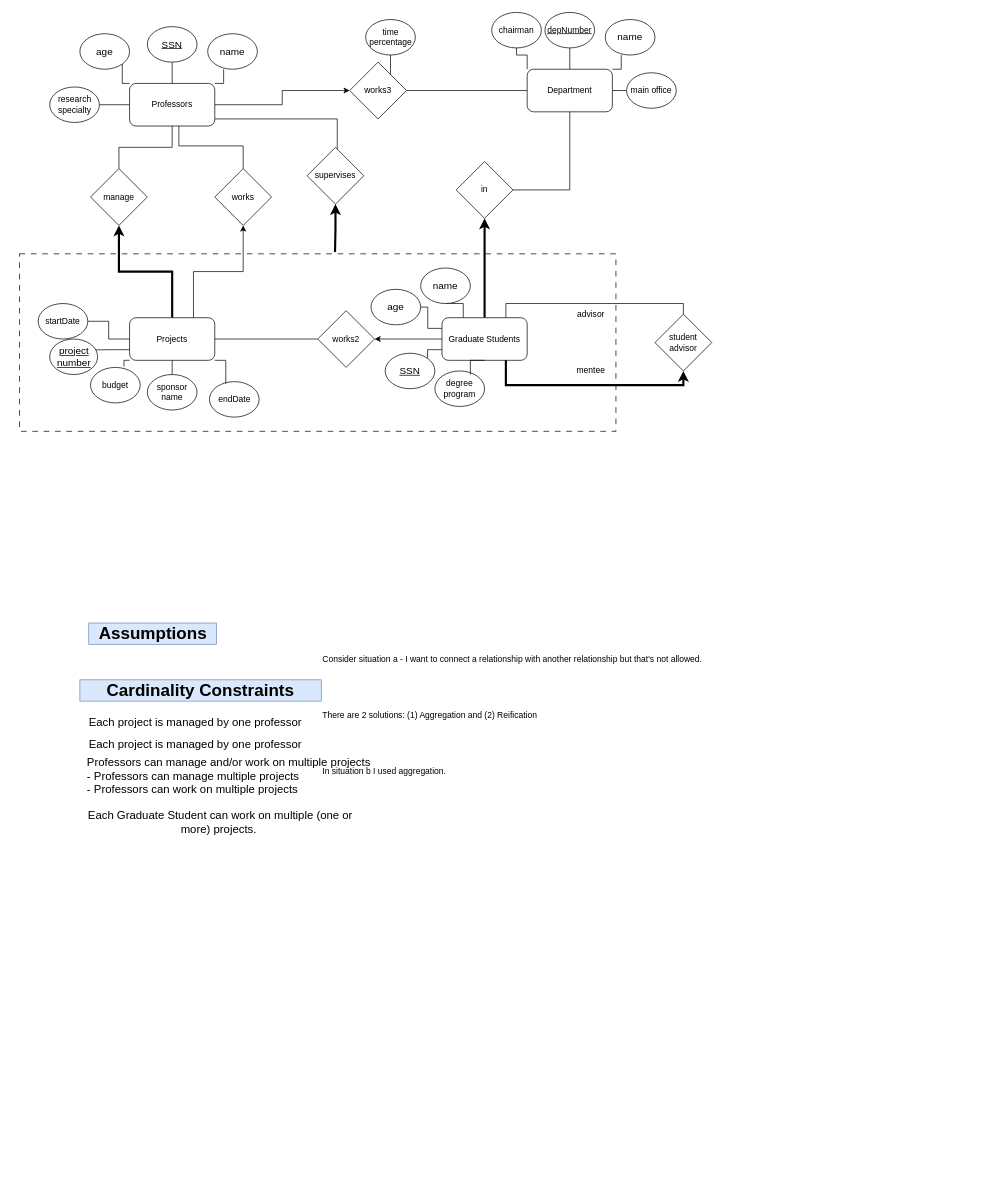
The draw.io diagram hw1/hw.drawio in saraimarte/CS336, before the edit. Source tidied: cells renumbered, new cells numbered last; positions are measured from the earlier drawing's top-left corner, leaving out a move shared by most shapes. Both pictures are drawn from the tidied source at 71%, with x=0, y=0 at pixel (19, 12).
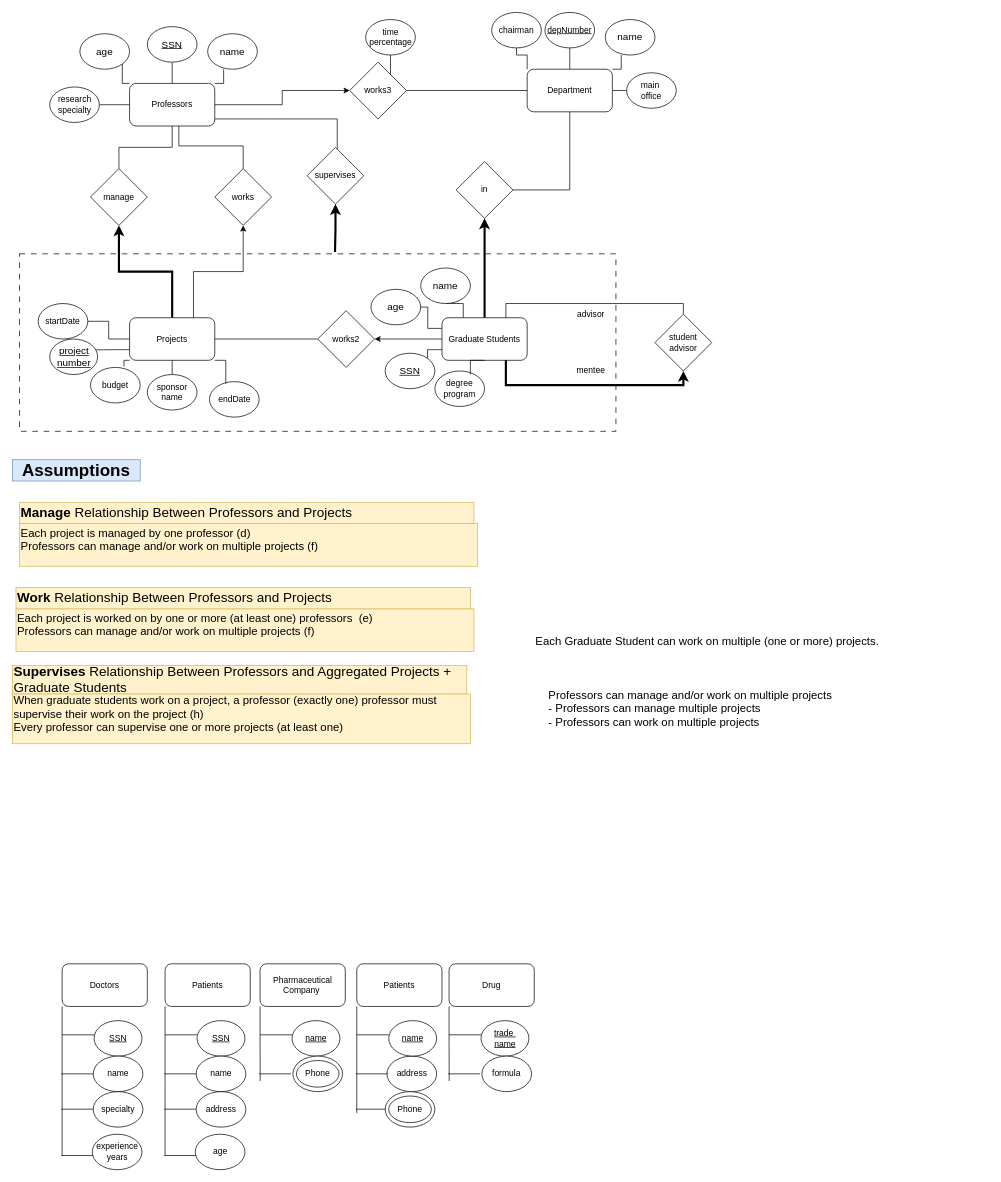
The same page after the edit.

Diff of the diagram source:
```diff
@@
-    <mxCell id="37" value="&lt;font style=&quot;font-size: 16px;&quot;&gt;Each project is managed by one professor&amp;nbsp;&lt;/font&gt;" style="text;strokeColor=none;align=center;fillColor=none;html=1;verticalAlign=middle;whiteSpace=wrap;rounded=0;" parent="1" vertex="1">
-      <mxGeometry x="85" y="985" width="330" height="30" as="geometry" />
+    <mxCell id="37" value="&lt;div&gt;&lt;font style=&quot;font-size: 16px;&quot;&gt;Each project is managed by one professor (d)&lt;/font&gt;&lt;/div&gt;&lt;div&gt;&lt;div&gt;&lt;font style=&quot;font-size: 16px;&quot;&gt;Professors can manage and/or work on multiple projects (f)&amp;nbsp;&lt;/font&gt;&lt;/div&gt;&lt;br&gt;&lt;/div&gt;" style="text;strokeColor=#d6b656;align=left;fillColor=#fff2cc;html=1;verticalAlign=middle;whiteSpace=wrap;rounded=0;" parent="1" vertex="1">
+      <mxGeometry y="720" width="645" height="60" as="geometry" />
     </mxCell>
     <mxCell id="38" value="&lt;h1&gt;&lt;b&gt;Assumptions&lt;/b&gt;&lt;/h1&gt;" style="text;strokeColor=#6c8ebf;align=center;fillColor=#dae8fc;html=1;verticalAlign=middle;whiteSpace=wrap;rounded=0;" parent="1" vertex="1">
-      <mxGeometry x="97.5" y="860" width="180" height="30" as="geometry" />
+      <mxGeometry x="-10" y="630" width="180" height="30" as="geometry" />
     </mxCell>
@@
-    <mxCell id="43" value="&lt;h1&gt;&lt;b&gt;Cardinality Constraints&lt;/b&gt;&lt;/h1&gt;" style="text;strokeColor=#6c8ebf;align=center;fillColor=#dae8fc;html=1;verticalAlign=middle;whiteSpace=wrap;rounded=0;" parent="1" vertex="1">
-      <mxGeometry x="85" y="940" width="340" height="30" as="geometry" />
-    </mxCell>
-    <mxCell id="44" value="&lt;font style=&quot;font-size: 16px;&quot;&gt;Each Graduate Student can work on multiple (one or more) projects.&amp;nbsp;&lt;/font&gt;" style="text;strokeColor=none;align=center;fillColor=none;html=1;verticalAlign=middle;whiteSpace=wrap;rounded=0;" parent="1" vertex="1">
-      <mxGeometry x="77.5" y="1125" width="410" height="30" as="geometry" />
+    <mxCell id="44" value="&lt;div align=&quot;left&quot;&gt;&lt;font style=&quot;font-size: 16px;&quot;&gt;Each Graduate Student can work on multiple (one or more) projects.&amp;nbsp;&lt;/font&gt;&lt;/div&gt;" style="text;strokeColor=none;align=left;fillColor=none;html=1;verticalAlign=middle;whiteSpace=wrap;rounded=0;" parent="1" vertex="1">
+      <mxGeometry x="725" y="870" width="640" height="30" as="geometry" />
     </mxCell>
@@
     <mxCell id="47" value="&lt;div&gt;&lt;font style=&quot;font-size: 16px;&quot;&gt;Professors can manage and/or work on multiple projects&lt;/font&gt;&lt;/div&gt;&lt;div align=&quot;left&quot;&gt;&lt;font style=&quot;font-size: 16px;&quot;&gt;- Professors can manage multiple projects&lt;/font&gt;&lt;/div&gt;&lt;div align=&quot;left&quot;&gt;&lt;font style=&quot;font-size: 16px;&quot;&gt;- Professors can work on multiple projects&amp;nbsp;&lt;/font&gt;&lt;/div&gt;" style="text;strokeColor=none;align=center;fillColor=none;html=1;verticalAlign=middle;whiteSpace=wrap;rounded=0;" parent="1" vertex="1">
-      <mxGeometry x="90" y="1055" width="410" height="40" as="geometry" />
+      <mxGeometry x="740" y="960" width="410" height="40" as="geometry" />
     </mxCell>
@@
-    <mxCell id="49" value="&lt;font style=&quot;font-size: 16px;&quot;&gt;Each project is managed by one professor&amp;nbsp;&lt;/font&gt;" style="text;strokeColor=none;align=center;fillColor=none;html=1;verticalAlign=middle;whiteSpace=wrap;rounded=0;" parent="1" vertex="1">
-      <mxGeometry x="85" y="1015" width="330" height="30" as="geometry" />
-    </mxCell>
@@
-    <mxCell id="52" value="&lt;p&gt;Consider situation a - I want to connect a relationship with another relationship but that's not allowed.&amp;nbsp;&lt;/p&gt;&#10;&lt;p&gt;&lt;/p&gt;&#10;&lt;p&gt;There are 2 solutions: (1) Aggregation and (2) Reification&amp;nbsp;&lt;/p&gt;&#10;&lt;p&gt;&lt;/p&gt;&#10;&lt;p&gt;In situation b I used aggregation.&amp;nbsp;&lt;/p&gt;" style="text;whiteSpace=wrap;html=1;" parent="1" vertex="1">
-      <mxGeometry x="425" y="885" width="560" height="230" as="geometry" />
-    </mxCell>
@@
-    <mxCell id="61" value="main office" style="ellipse;whiteSpace=wrap;html=1;" parent="1" vertex="1">
+    <mxCell id="61" value="&lt;div&gt;main&amp;nbsp;&lt;/div&gt;&lt;div&gt;office&lt;/div&gt;" style="ellipse;whiteSpace=wrap;html=1;" parent="1" vertex="1">
       <mxGeometry x="855" y="85" width="70" height="50" as="geometry" />
     </mxCell>
@@
+    <mxCell id="73" value="&lt;b&gt;Manage&lt;/b&gt; Relationship Between Professors and Projects&amp;nbsp;" style="text;strokeColor=#d6b656;align=left;fillColor=#fff2cc;html=1;verticalAlign=middle;whiteSpace=wrap;rounded=0;fontSize=19;" parent="1" vertex="1">
+      <mxGeometry y="690" width="640" height="30" as="geometry" />
+    </mxCell>
+    <mxCell id="74" value="&lt;div&gt;&lt;font style=&quot;font-size: 16px;&quot;&gt;Each project is worked on by one or more (at least one) professors&amp;nbsp; (e)&lt;/font&gt;&lt;/div&gt;&lt;div&gt;&lt;div&gt;&lt;font style=&quot;font-size: 16px;&quot;&gt;Professors can manage and/or work on multiple projects (f)&lt;/font&gt;&lt;/div&gt;&lt;br&gt;&lt;/div&gt;" style="text;strokeColor=#d6b656;align=left;fillColor=#fff2cc;html=1;verticalAlign=middle;whiteSpace=wrap;rounded=0;" parent="1" vertex="1">
+      <mxGeometry x="-5" y="840" width="645" height="60" as="geometry" />
+    </mxCell>
+    <mxCell id="75" value="&lt;b&gt;Work&lt;/b&gt;&amp;nbsp;Relationship Between Professors and Projects&amp;nbsp;" style="text;strokeColor=#d6b656;align=left;fillColor=#fff2cc;html=1;verticalAlign=middle;whiteSpace=wrap;rounded=0;fontSize=19;" parent="1" vertex="1">
+      <mxGeometry x="-5" y="810" width="640" height="30" as="geometry" />
+    </mxCell>
+    <mxCell id="76" value="&lt;b&gt;Supervises&lt;/b&gt;&amp;nbsp;Relationship Between Professors and Aggregated Projects + Graduate Students&amp;nbsp;" style="text;strokeColor=#d6b656;align=left;fillColor=#fff2cc;html=1;verticalAlign=middle;whiteSpace=wrap;rounded=0;fontSize=19;" parent="1" vertex="1">
+      <mxGeometry x="-10" y="920" width="640" height="40" as="geometry" />
+    </mxCell>
+    <mxCell id="77" value="&lt;div&gt;&lt;font style=&quot;font-size: 16px;&quot;&gt;When graduate students work on a project, a professor (exactly one) professor must supervise their work on the project (h)&amp;nbsp;&amp;nbsp;&lt;/font&gt;&lt;/div&gt;&lt;div&gt;&lt;font style=&quot;font-size: 16px;&quot;&gt;Every professor can supervise one or more projects (at least one)&lt;/font&gt;&lt;/div&gt;&lt;div&gt;&lt;br&gt;&lt;/div&gt;" style="text;strokeColor=#d6b656;align=left;fillColor=#fff2cc;html=1;verticalAlign=middle;whiteSpace=wrap;rounded=0;" parent="1" vertex="1">
+      <mxGeometry x="-10" y="960" width="645" height="70" as="geometry" />
+    </mxCell>
+    <mxCell id="78" style="edgeStyle=orthogonalEdgeStyle;rounded=0;jettySize=auto;html=1;exitX=0;exitY=1;exitDx=0;exitDy=0;endArrow=none;endFill=0;" parent="1" edge="1" source="79">
+      <mxGeometry relative="1" as="geometry">
+        <mxPoint x="60" y="1610" as="targetPoint" />
+      </mxGeometry>
+    </mxCell>
+    <mxCell id="79" value="Doctors" style="rounded=1;whiteSpace=wrap;html=1;" parent="1" vertex="1">
+      <mxGeometry x="60" y="1340" width="120" height="60" as="geometry" />
+    </mxCell>
+    <mxCell id="80" value="specialty" style="ellipse;whiteSpace=wrap;html=1;" parent="1" vertex="1">
+      <mxGeometry x="103.8" y="1520" width="70" height="50" as="geometry" />
+    </mxCell>
+    <mxCell id="81" value="&lt;div&gt;&lt;u&gt;SSN&lt;/u&gt;&lt;/div&gt;" style="ellipse;whiteSpace=wrap;html=1;" parent="1" vertex="1">
+      <mxGeometry x="105" y="1420" width="67.5" height="50" as="geometry" />
+    </mxCell>
+    <mxCell id="82" value="&lt;div&gt;experience&lt;/div&gt;&lt;div&gt;years&lt;/div&gt;" style="ellipse;whiteSpace=wrap;html=1;" parent="1" vertex="1">
+      <mxGeometry x="102.5" y="1580" width="70" height="50" as="geometry" />
+    </mxCell>
+    <mxCell id="83" style="edgeStyle=orthogonalEdgeStyle;rounded=0;orthogonalLoop=1;jettySize=auto;html=1;exitX=0;exitY=0.5;exitDx=0;exitDy=0;endArrow=none;endFill=0;" parent="1" edge="1">
+      <mxGeometry relative="1" as="geometry">
+        <mxPoint x="103.7" y="1495" as="sourcePoint" />
+        <mxPoint x="58.8" y="1495" as="targetPoint" />
+      </mxGeometry>
+    </mxCell>
+    <mxCell id="84" value="name" style="ellipse;whiteSpace=wrap;html=1;" parent="1" vertex="1">
+      <mxGeometry x="103.8" y="1470" width="70" height="50" as="geometry" />
+    </mxCell>
+    <mxCell id="85" value="address" style="ellipse;whiteSpace=wrap;html=1;" parent="1" vertex="1">
+      <mxGeometry x="517.5" y="1470" width="70" height="50" as="geometry" />
+    </mxCell>
+    <mxCell id="86" style="edgeStyle=orthogonalEdgeStyle;rounded=0;orthogonalLoop=1;jettySize=auto;html=1;exitX=0;exitY=0.5;exitDx=0;exitDy=0;endArrow=none;endFill=0;" parent="1" edge="1">
+      <mxGeometry relative="1" as="geometry">
+        <mxPoint x="105" y="1440" as="sourcePoint" />
+        <mxPoint x="60" y="1440" as="targetPoint" />
+      </mxGeometry>
+    </mxCell>
+    <mxCell id="87" style="edgeStyle=orthogonalEdgeStyle;rounded=0;orthogonalLoop=1;jettySize=auto;html=1;exitX=0;exitY=0.5;exitDx=0;exitDy=0;endArrow=none;endFill=0;" parent="1" edge="1">
+      <mxGeometry relative="1" as="geometry">
+        <mxPoint x="103.7" y="1544.7" as="sourcePoint" />
+        <mxPoint x="58.8" y="1544.7" as="targetPoint" />
+      </mxGeometry>
+    </mxCell>
+    <mxCell id="88" style="edgeStyle=orthogonalEdgeStyle;rounded=0;orthogonalLoop=1;jettySize=auto;html=1;exitX=0;exitY=0.5;exitDx=0;exitDy=0;endArrow=none;endFill=0;" parent="1" edge="1">
+      <mxGeometry relative="1" as="geometry">
+        <mxPoint x="103.7" y="1610" as="sourcePoint" />
+        <mxPoint x="58.8" y="1610" as="targetPoint" />
+      </mxGeometry>
+    </mxCell>
+    <mxCell id="89" style="edgeStyle=orthogonalEdgeStyle;rounded=0;jettySize=auto;html=1;exitX=0;exitY=1;exitDx=0;exitDy=0;endArrow=none;endFill=0;" parent="1" edge="1" source="90">
+      <mxGeometry relative="1" as="geometry">
+        <mxPoint x="205" y="1610" as="targetPoint" />
+      </mxGeometry>
+    </mxCell>
+    <mxCell id="90" value="Patients" style="rounded=1;whiteSpace=wrap;html=1;" parent="1" vertex="1">
+      <mxGeometry x="205" y="1340" width="120" height="60" as="geometry" />
+    </mxCell>
+    <mxCell id="91" value="address" style="ellipse;whiteSpace=wrap;html=1;" parent="1" vertex="1">
+      <mxGeometry x="248.8" y="1520" width="70" height="50" as="geometry" />
+    </mxCell>
+    <mxCell id="92" value="&lt;div&gt;&lt;u&gt;SSN&lt;/u&gt;&lt;/div&gt;" style="ellipse;whiteSpace=wrap;html=1;" parent="1" vertex="1">
+      <mxGeometry x="250" y="1420" width="67.5" height="50" as="geometry" />
+    </mxCell>
+    <mxCell id="93" value="age" style="ellipse;whiteSpace=wrap;html=1;" parent="1" vertex="1">
+      <mxGeometry x="247.5" y="1580" width="70" height="50" as="geometry" />
+    </mxCell>
+    <mxCell id="94" style="edgeStyle=orthogonalEdgeStyle;rounded=0;orthogonalLoop=1;jettySize=auto;html=1;exitX=0;exitY=0.5;exitDx=0;exitDy=0;endArrow=none;endFill=0;" parent="1" edge="1">
+      <mxGeometry relative="1" as="geometry">
+        <mxPoint x="248.7" y="1495" as="sourcePoint" />
+        <mxPoint x="203.8" y="1495" as="targetPoint" />
+      </mxGeometry>
+    </mxCell>
+    <mxCell id="95" value="name" style="ellipse;whiteSpace=wrap;html=1;" parent="1" vertex="1">
+      <mxGeometry x="248.8" y="1470" width="70" height="50" as="geometry" />
+    </mxCell>
+    <mxCell id="96" style="edgeStyle=orthogonalEdgeStyle;rounded=0;orthogonalLoop=1;jettySize=auto;html=1;exitX=0;exitY=0.5;exitDx=0;exitDy=0;endArrow=none;endFill=0;" parent="1" edge="1">
+      <mxGeometry relative="1" as="geometry">
+        <mxPoint x="250" y="1440" as="sourcePoint" />
+        <mxPoint x="205" y="1440" as="targetPoint" />
+      </mxGeometry>
+    </mxCell>
+    <mxCell id="97" style="edgeStyle=orthogonalEdgeStyle;rounded=0;orthogonalLoop=1;jettySize=auto;html=1;exitX=0;exitY=0.5;exitDx=0;exitDy=0;endArrow=none;endFill=0;" parent="1" edge="1">
+      <mxGeometry relative="1" as="geometry">
+        <mxPoint x="248.7" y="1544.7" as="sourcePoint" />
+        <mxPoint x="203.8" y="1544.7" as="targetPoint" />
+      </mxGeometry>
+    </mxCell>
+    <mxCell id="98" style="edgeStyle=orthogonalEdgeStyle;rounded=0;orthogonalLoop=1;jettySize=auto;html=1;exitX=0;exitY=0.5;exitDx=0;exitDy=0;endArrow=none;endFill=0;" parent="1" edge="1">
+      <mxGeometry relative="1" as="geometry">
+        <mxPoint x="248.7" y="1610" as="sourcePoint" />
+        <mxPoint x="203.8" y="1610" as="targetPoint" />
+      </mxGeometry>
+    </mxCell>
+    <mxCell id="99" style="edgeStyle=orthogonalEdgeStyle;rounded=0;jettySize=auto;html=1;exitX=0;exitY=1;exitDx=0;exitDy=0;endArrow=none;endFill=0;" parent="1" edge="1" source="100">
+      <mxGeometry relative="1" as="geometry">
+        <mxPoint x="339" y="1505" as="targetPoint" />
+      </mxGeometry>
+    </mxCell>
+    <mxCell id="100" value="Pharmaceutical Company&amp;nbsp;" style="rounded=1;whiteSpace=wrap;html=1;" parent="1" vertex="1">
+      <mxGeometry x="338.8" y="1340" width="120" height="60" as="geometry" />
+    </mxCell>
+    <mxCell id="101" value="&lt;u&gt;name&lt;/u&gt;" style="ellipse;whiteSpace=wrap;html=1;" parent="1" vertex="1">
+      <mxGeometry x="383.8" y="1420" width="67.5" height="50" as="geometry" />
+    </mxCell>
+    <mxCell id="102" style="edgeStyle=orthogonalEdgeStyle;rounded=0;orthogonalLoop=1;jettySize=auto;html=1;exitX=0;exitY=0.5;exitDx=0;exitDy=0;endArrow=none;endFill=0;" parent="1" edge="1">
+      <mxGeometry relative="1" as="geometry">
+        <mxPoint x="382.5" y="1495" as="sourcePoint" />
+        <mxPoint x="337.5" y="1495" as="targetPoint" />
+      </mxGeometry>
+    </mxCell>
+    <mxCell id="103" style="edgeStyle=orthogonalEdgeStyle;rounded=0;orthogonalLoop=1;jettySize=auto;html=1;exitX=0;exitY=0.5;exitDx=0;exitDy=0;endArrow=none;endFill=0;" parent="1" edge="1">
+      <mxGeometry relative="1" as="geometry">
+        <mxPoint x="383.7" y="1440" as="sourcePoint" />
+        <mxPoint x="338.8" y="1440" as="targetPoint" />
+      </mxGeometry>
+    </mxCell>
+    <mxCell id="104" style="group;" parent="1" vertex="1">
+      <mxGeometry x="385" y="1470" width="70" height="50" as="geometry" />
+    </mxCell>
+    <mxCell id="105" value="Phone" style="ellipse;whiteSpace=wrap;html=1;" parent="104" vertex="1">
+      <mxGeometry width="70" height="50" as="geometry" />
+    </mxCell>
+    <mxCell id="106" style="ellipse;whiteSpace=wrap;html=1;fillColor=none;" parent="104" vertex="1">
+      <mxGeometry x="5" y="6.2" width="60" height="37.5" as="geometry" />
+    </mxCell>
+    <mxCell id="107" style="edgeStyle=orthogonalEdgeStyle;rounded=0;jettySize=auto;html=1;exitX=0;exitY=1;exitDx=0;exitDy=0;endArrow=none;endFill=0;" parent="1" edge="1" source="108">
+      <mxGeometry relative="1" as="geometry">
+        <mxPoint x="475" y="1550" as="targetPoint" />
+      </mxGeometry>
+    </mxCell>
+    <mxCell id="108" value="Patients" style="rounded=1;whiteSpace=wrap;html=1;" parent="1" vertex="1">
+      <mxGeometry x="475" y="1340" width="120" height="60" as="geometry" />
+    </mxCell>
+    <mxCell id="109" value="&lt;div&gt;&lt;u&gt;name&lt;/u&gt;&lt;/div&gt;" style="ellipse;whiteSpace=wrap;html=1;" parent="1" vertex="1">
+      <mxGeometry x="520" y="1420" width="67.5" height="50" as="geometry" />
+    </mxCell>
+    <mxCell id="110" style="edgeStyle=orthogonalEdgeStyle;rounded=0;orthogonalLoop=1;jettySize=auto;html=1;exitX=0;exitY=0.5;exitDx=0;exitDy=0;endArrow=none;endFill=0;" parent="1" edge="1">
+      <mxGeometry relative="1" as="geometry">
+        <mxPoint x="518.7" y="1495" as="sourcePoint" />
+        <mxPoint x="473.8" y="1495" as="targetPoint" />
+      </mxGeometry>
+    </mxCell>
+    <mxCell id="111" style="edgeStyle=orthogonalEdgeStyle;rounded=0;orthogonalLoop=1;jettySize=auto;html=1;exitX=0;exitY=0.5;exitDx=0;exitDy=0;endArrow=none;endFill=0;" parent="1" edge="1">
+      <mxGeometry relative="1" as="geometry">
+        <mxPoint x="520" y="1440" as="sourcePoint" />
+        <mxPoint x="475" y="1440" as="targetPoint" />
+      </mxGeometry>
+    </mxCell>
+    <mxCell id="112" style="edgeStyle=orthogonalEdgeStyle;rounded=0;orthogonalLoop=1;jettySize=auto;html=1;exitX=0;exitY=0.5;exitDx=0;exitDy=0;endArrow=none;endFill=0;" parent="1" edge="1">
+      <mxGeometry relative="1" as="geometry">
+        <mxPoint x="518.7" y="1544.7" as="sourcePoint" />
+        <mxPoint x="473.8" y="1544.7" as="targetPoint" />
+      </mxGeometry>
+    </mxCell>
+    <mxCell id="113" style="group;" parent="1" vertex="1">
+      <mxGeometry x="515" y="1520" width="70" height="50" as="geometry" />
+    </mxCell>
+    <mxCell id="114" value="Phone" style="ellipse;whiteSpace=wrap;html=1;" parent="113" vertex="1">
+      <mxGeometry width="70" height="50" as="geometry" />
+    </mxCell>
+    <mxCell id="115" style="ellipse;whiteSpace=wrap;html=1;fillColor=none;" parent="113" vertex="1">
+      <mxGeometry x="5" y="6.2" width="60" height="37.5" as="geometry" />
+    </mxCell>
+    <mxCell id="116" style="edgeStyle=orthogonalEdgeStyle;rounded=0;jettySize=auto;html=1;exitX=0;exitY=1;exitDx=0;exitDy=0;endArrow=none;endFill=0;" parent="1" edge="1" source="117">
+      <mxGeometry relative="1" as="geometry">
+        <mxPoint x="605.2" y="1505" as="targetPoint" />
+      </mxGeometry>
+    </mxCell>
+    <mxCell id="117" value="Drug" style="rounded=1;whiteSpace=wrap;html=1;" parent="1" vertex="1">
+      <mxGeometry x="605" y="1340" width="120" height="60" as="geometry" />
+    </mxCell>
+    <mxCell id="118" value="&lt;div&gt;&lt;u&gt;trade&amp;nbsp;&lt;/u&gt;&lt;/div&gt;&lt;div&gt;&lt;u&gt;name&lt;/u&gt;&lt;/div&gt;" style="ellipse;whiteSpace=wrap;html=1;" parent="1" vertex="1">
+      <mxGeometry x="650" y="1420" width="67.5" height="50" as="geometry" />
+    </mxCell>
+    <mxCell id="119" style="edgeStyle=orthogonalEdgeStyle;rounded=0;orthogonalLoop=1;jettySize=auto;html=1;exitX=0;exitY=0.5;exitDx=0;exitDy=0;endArrow=none;endFill=0;" parent="1" edge="1">
+      <mxGeometry relative="1" as="geometry">
+        <mxPoint x="648.7" y="1495" as="sourcePoint" />
+        <mxPoint x="603.8" y="1495" as="targetPoint" />
+      </mxGeometry>
+    </mxCell>
+    <mxCell id="120" style="edgeStyle=orthogonalEdgeStyle;rounded=0;orthogonalLoop=1;jettySize=auto;html=1;exitX=0;exitY=0.5;exitDx=0;exitDy=0;endArrow=none;endFill=0;" parent="1" edge="1">
+      <mxGeometry relative="1" as="geometry">
+        <mxPoint x="650" y="1440" as="sourcePoint" />
+        <mxPoint x="605" y="1440" as="targetPoint" />
+      </mxGeometry>
+    </mxCell>
+    <mxCell id="121" style="group;" parent="1" vertex="1">
+      <mxGeometry x="651.2" y="1470" width="70" height="50" as="geometry" />
+    </mxCell>
+    <mxCell id="122" value="formula" style="ellipse;whiteSpace=wrap;html=1;" parent="121" vertex="1">
+      <mxGeometry width="70" height="50" as="geometry" />
+    </mxCell>
```
